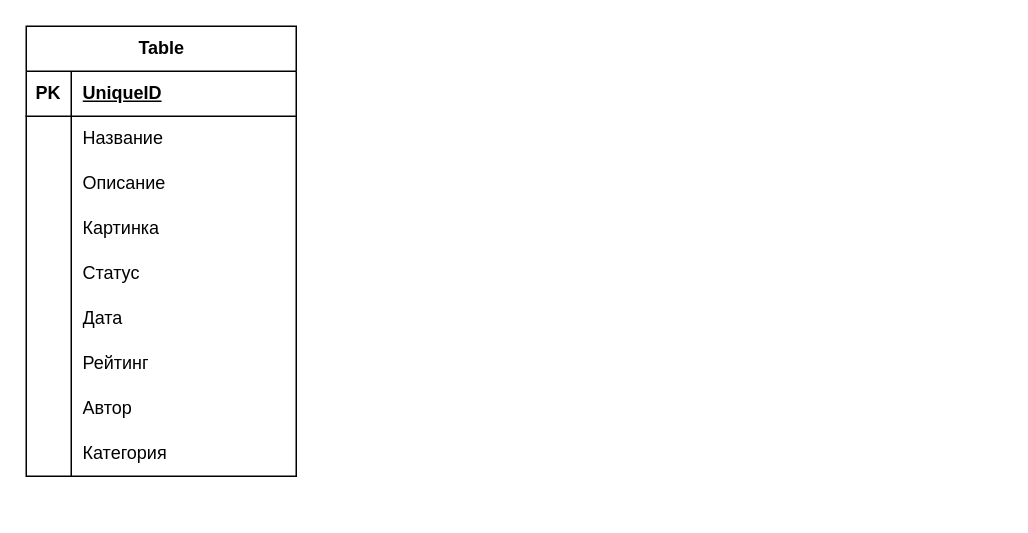
Before: Диаграмма без названия.drawio in Thinknov/my, a draw.io diagram. Source tidied: cells renumbered, new cells numbered last; positions are measured from the earlier drawing's top-left corner, leaving out a move shared by most shapes. Both pictures are drawn from the tidied source at 150%, with x=0, y=0 at pixel (26, 26).
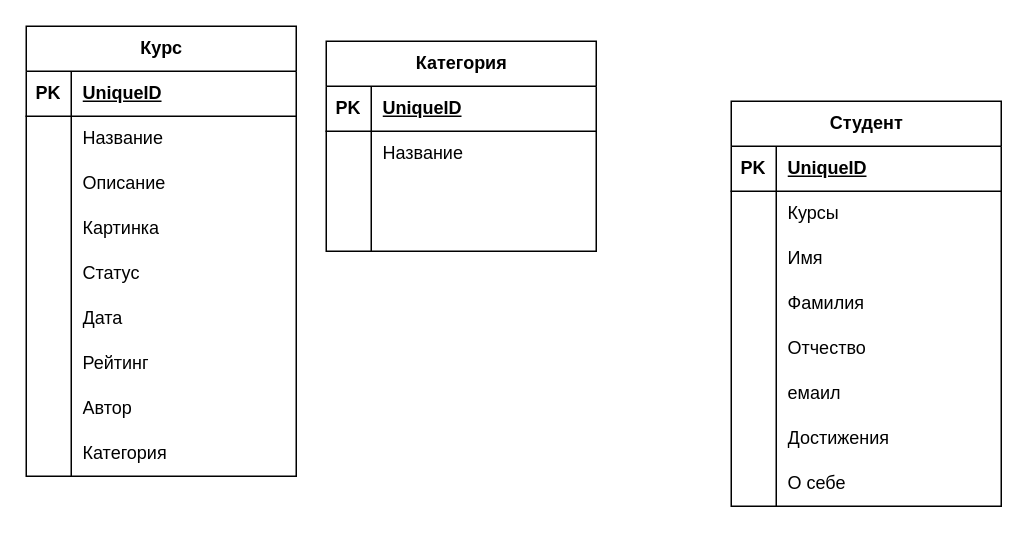
The same diagram, later.

Change to the diagram source:
```diff
@@
-    <mxCell id="2" value="Table" style="shape=table;startSize=30;childLayout=tableLayout;rowLines=0;fontStyle=1;align=center;html=1;" parent="1" vertex="1">
+    <mxCell id="2" value="Курс" style="shape=table;startSize=30;childLayout=tableLayout;rowLines=0;fontStyle=1;align=center;html=1;" parent="1" vertex="1">
       <mxGeometry width="180" height="300" as="geometry" />
     </mxCell>
@@
+    <mxCell id="30" value="Категория" style="shape=table;startSize=30;childLayout=tableLayout;rowLines=0;fontStyle=1;align=center;html=1;" parent="1" vertex="1">
+      <mxGeometry x="200" y="10" width="180" height="140" as="geometry" />
+    </mxCell>
+    <mxCell id="31" style="shape=tableRow;horizontal=0;startSize=0;swimlaneHead=0;swimlaneBody=0;fillColor=none;top=0;left=0;right=0;bottom=1;" parent="30" vertex="1">
+      <mxGeometry y="30" width="180" height="30" as="geometry" />
+    </mxCell>
+    <mxCell id="32" value="PK" style="shape=partialRectangle;fillColor=none;top=0;left=0;bottom=0;right=0;fontStyle=1;overflow=hidden;whiteSpace=wrap;html=1;" parent="31" vertex="1">
+      <mxGeometry width="30" height="30" as="geometry" />
+    </mxCell>
+    <mxCell id="33" value="UniqueID" style="shape=partialRectangle;fillColor=none;top=0;left=0;bottom=0;right=0;align=left;spacingLeft=6;fontStyle=5;overflow=hidden;whiteSpace=wrap;html=1;" parent="31" vertex="1">
+      <mxGeometry x="30" width="150" height="30" as="geometry" />
+    </mxCell>
+    <mxCell id="34" style="shape=tableRow;horizontal=0;startSize=0;swimlaneHead=0;swimlaneBody=0;fillColor=none;top=0;left=0;right=0;bottom=0;" parent="30" vertex="1">
+      <mxGeometry y="60" width="180" height="30" as="geometry" />
+    </mxCell>
+    <mxCell id="35" style="shape=partialRectangle;fillColor=none;top=0;left=0;bottom=0;right=0;overflow=hidden;whiteSpace=wrap;html=1;" parent="34" vertex="1">
+      <mxGeometry width="30" height="30" as="geometry" />
+    </mxCell>
+    <mxCell id="36" value="Название" style="shape=partialRectangle;fillColor=none;top=0;left=0;bottom=0;right=0;align=left;spacingLeft=6;overflow=hidden;whiteSpace=wrap;html=1;" parent="34" vertex="1">
+      <mxGeometry x="30" width="150" height="30" as="geometry" />
+    </mxCell>
+    <mxCell id="37" style="shape=tableRow;horizontal=0;startSize=0;swimlaneHead=0;swimlaneBody=0;fillColor=none;top=0;left=0;right=0;bottom=0;" parent="30" vertex="1">
+      <mxGeometry y="90" width="180" height="30" as="geometry" />
+    </mxCell>
+    <mxCell id="38" style="shape=partialRectangle;fillColor=none;top=0;left=0;bottom=0;right=0;overflow=hidden;whiteSpace=wrap;html=1;" parent="37" vertex="1">
+      <mxGeometry width="30" height="30" as="geometry" />
+    </mxCell>
+    <mxCell id="39" style="shape=partialRectangle;fillColor=none;top=0;left=0;bottom=0;right=0;align=left;spacingLeft=6;overflow=hidden;whiteSpace=wrap;html=1;" parent="37" vertex="1">
+      <mxGeometry x="30" width="150" height="30" as="geometry" />
+    </mxCell>
+    <mxCell id="40" style="shape=tableRow;horizontal=0;startSize=0;swimlaneHead=0;swimlaneBody=0;fillColor=none;top=0;left=0;right=0;bottom=0;" parent="30" vertex="1">
+      <mxGeometry y="120" width="180" height="20" as="geometry" />
+    </mxCell>
+    <mxCell id="41" style="shape=partialRectangle;fillColor=none;top=0;left=0;bottom=0;right=0;overflow=hidden;whiteSpace=wrap;html=1;" parent="40" vertex="1">
+      <mxGeometry width="30" height="20" as="geometry" />
+    </mxCell>
+    <mxCell id="42" style="shape=partialRectangle;fillColor=none;top=0;left=0;bottom=0;right=0;align=left;spacingLeft=6;overflow=hidden;whiteSpace=wrap;html=1;" parent="40" vertex="1">
+      <mxGeometry x="30" width="150" height="20" as="geometry" />
+    </mxCell>
+    <mxCell id="43" value="Студент" style="shape=table;startSize=30;childLayout=tableLayout;rowLines=0;fontStyle=1;align=center;html=1;" parent="1" vertex="1">
+      <mxGeometry x="470" y="50" width="180" height="270" as="geometry" />
+    </mxCell>
+    <mxCell id="44" style="shape=tableRow;horizontal=0;startSize=0;swimlaneHead=0;swimlaneBody=0;fillColor=none;top=0;left=0;right=0;bottom=1;" parent="43" vertex="1">
+      <mxGeometry y="30" width="180" height="30" as="geometry" />
+    </mxCell>
+    <mxCell id="45" value="PK" style="shape=partialRectangle;fillColor=none;top=0;left=0;bottom=0;right=0;fontStyle=1;overflow=hidden;whiteSpace=wrap;html=1;" parent="44" vertex="1">
+      <mxGeometry width="30" height="30" as="geometry" />
+    </mxCell>
+    <mxCell id="46" value="UniqueID" style="shape=partialRectangle;fillColor=none;top=0;left=0;bottom=0;right=0;align=left;spacingLeft=6;fontStyle=5;overflow=hidden;whiteSpace=wrap;html=1;" parent="44" vertex="1">
+      <mxGeometry x="30" width="150" height="30" as="geometry" />
+    </mxCell>
+    <mxCell id="47" style="shape=tableRow;horizontal=0;startSize=0;swimlaneHead=0;swimlaneBody=0;fillColor=none;top=0;left=0;right=0;bottom=0;" parent="43" vertex="1">
+      <mxGeometry y="60" width="180" height="30" as="geometry" />
+    </mxCell>
+    <mxCell id="48" style="shape=partialRectangle;fillColor=none;top=0;left=0;bottom=0;right=0;overflow=hidden;whiteSpace=wrap;html=1;" parent="47" vertex="1">
+      <mxGeometry width="30" height="30" as="geometry" />
+    </mxCell>
+    <mxCell id="49" value="Курсы" style="shape=partialRectangle;fillColor=none;top=0;left=0;bottom=0;right=0;align=left;spacingLeft=6;overflow=hidden;whiteSpace=wrap;html=1;" parent="47" vertex="1">
+      <mxGeometry x="30" width="150" height="30" as="geometry" />
+    </mxCell>
+    <mxCell id="50" style="shape=tableRow;horizontal=0;startSize=0;swimlaneHead=0;swimlaneBody=0;fillColor=none;top=0;left=0;right=0;bottom=0;" parent="43" vertex="1">
+      <mxGeometry y="90" width="180" height="30" as="geometry" />
+    </mxCell>
+    <mxCell id="51" style="shape=partialRectangle;fillColor=none;top=0;left=0;bottom=0;right=0;overflow=hidden;whiteSpace=wrap;html=1;" parent="50" vertex="1">
+      <mxGeometry width="30" height="30" as="geometry" />
+    </mxCell>
+    <mxCell id="52" value="Имя" style="shape=partialRectangle;fillColor=none;top=0;left=0;bottom=0;right=0;align=left;spacingLeft=6;overflow=hidden;whiteSpace=wrap;html=1;" parent="50" vertex="1">
+      <mxGeometry x="30" width="150" height="30" as="geometry" />
+    </mxCell>
+    <mxCell id="53" style="shape=tableRow;horizontal=0;startSize=0;swimlaneHead=0;swimlaneBody=0;fillColor=none;top=0;left=0;right=0;bottom=0;" parent="43" vertex="1">
+      <mxGeometry y="120" width="180" height="30" as="geometry" />
+    </mxCell>
+    <mxCell id="54" style="shape=partialRectangle;fillColor=none;top=0;left=0;bottom=0;right=0;overflow=hidden;whiteSpace=wrap;html=1;" parent="53" vertex="1">
+      <mxGeometry width="30" height="30" as="geometry" />
+    </mxCell>
+    <mxCell id="55" value="Фамилия" style="shape=partialRectangle;fillColor=none;top=0;left=0;bottom=0;right=0;align=left;spacingLeft=6;overflow=hidden;whiteSpace=wrap;html=1;" parent="53" vertex="1">
+      <mxGeometry x="30" width="150" height="30" as="geometry" />
+    </mxCell>
+    <mxCell id="56" style="shape=tableRow;horizontal=0;startSize=0;swimlaneHead=0;swimlaneBody=0;fillColor=none;top=0;left=0;right=0;bottom=0;" parent="43" vertex="1">
+      <mxGeometry y="150" width="180" height="30" as="geometry" />
+    </mxCell>
+    <mxCell id="57" style="shape=partialRectangle;fillColor=none;top=0;left=0;bottom=0;right=0;overflow=hidden;whiteSpace=wrap;html=1;" parent="56" vertex="1">
+      <mxGeometry width="30" height="30" as="geometry" />
+    </mxCell>
+    <mxCell id="58" value="Отчество" style="shape=partialRectangle;fillColor=none;top=0;left=0;bottom=0;right=0;align=left;spacingLeft=6;overflow=hidden;whiteSpace=wrap;html=1;" parent="56" vertex="1">
+      <mxGeometry x="30" width="150" height="30" as="geometry" />
+    </mxCell>
+    <mxCell id="59" style="shape=tableRow;horizontal=0;startSize=0;swimlaneHead=0;swimlaneBody=0;fillColor=none;top=0;left=0;right=0;bottom=0;" parent="43" vertex="1">
+      <mxGeometry y="180" width="180" height="30" as="geometry" />
+    </mxCell>
+    <mxCell id="60" style="shape=partialRectangle;fillColor=none;top=0;left=0;bottom=0;right=0;overflow=hidden;whiteSpace=wrap;html=1;" parent="59" vertex="1">
+      <mxGeometry width="30" height="30" as="geometry" />
+    </mxCell>
+    <mxCell id="61" value="емаил" style="shape=partialRectangle;fillColor=none;top=0;left=0;bottom=0;right=0;align=left;spacingLeft=6;overflow=hidden;whiteSpace=wrap;html=1;" parent="59" vertex="1">
+      <mxGeometry x="30" width="150" height="30" as="geometry" />
+    </mxCell>
+    <mxCell id="62" style="shape=tableRow;horizontal=0;startSize=0;swimlaneHead=0;swimlaneBody=0;fillColor=none;top=0;left=0;right=0;bottom=0;" parent="43" vertex="1">
+      <mxGeometry y="210" width="180" height="30" as="geometry" />
+    </mxCell>
+    <mxCell id="63" style="shape=partialRectangle;fillColor=none;top=0;left=0;bottom=0;right=0;overflow=hidden;whiteSpace=wrap;html=1;" parent="62" vertex="1">
+      <mxGeometry width="30" height="30" as="geometry" />
+    </mxCell>
+    <mxCell id="64" value="Достижения" style="shape=partialRectangle;fillColor=none;top=0;left=0;bottom=0;right=0;align=left;spacingLeft=6;overflow=hidden;whiteSpace=wrap;html=1;" parent="62" vertex="1">
+      <mxGeometry x="30" width="150" height="30" as="geometry" />
+    </mxCell>
+    <mxCell id="65" style="shape=tableRow;horizontal=0;startSize=0;swimlaneHead=0;swimlaneBody=0;fillColor=none;top=0;left=0;right=0;bottom=0;" parent="43" vertex="1">
+      <mxGeometry y="240" width="180" height="30" as="geometry" />
+    </mxCell>
+    <mxCell id="66" style="shape=partialRectangle;fillColor=none;top=0;left=0;bottom=0;right=0;overflow=hidden;whiteSpace=wrap;html=1;" parent="65" vertex="1">
+      <mxGeometry width="30" height="30" as="geometry" />
+    </mxCell>
+    <mxCell id="67" value="О себе" style="shape=partialRectangle;fillColor=none;top=0;left=0;bottom=0;right=0;align=left;spacingLeft=6;overflow=hidden;whiteSpace=wrap;html=1;" parent="65" vertex="1">
+      <mxGeometry x="30" width="150" height="30" as="geometry" />
+    </mxCell>
```
